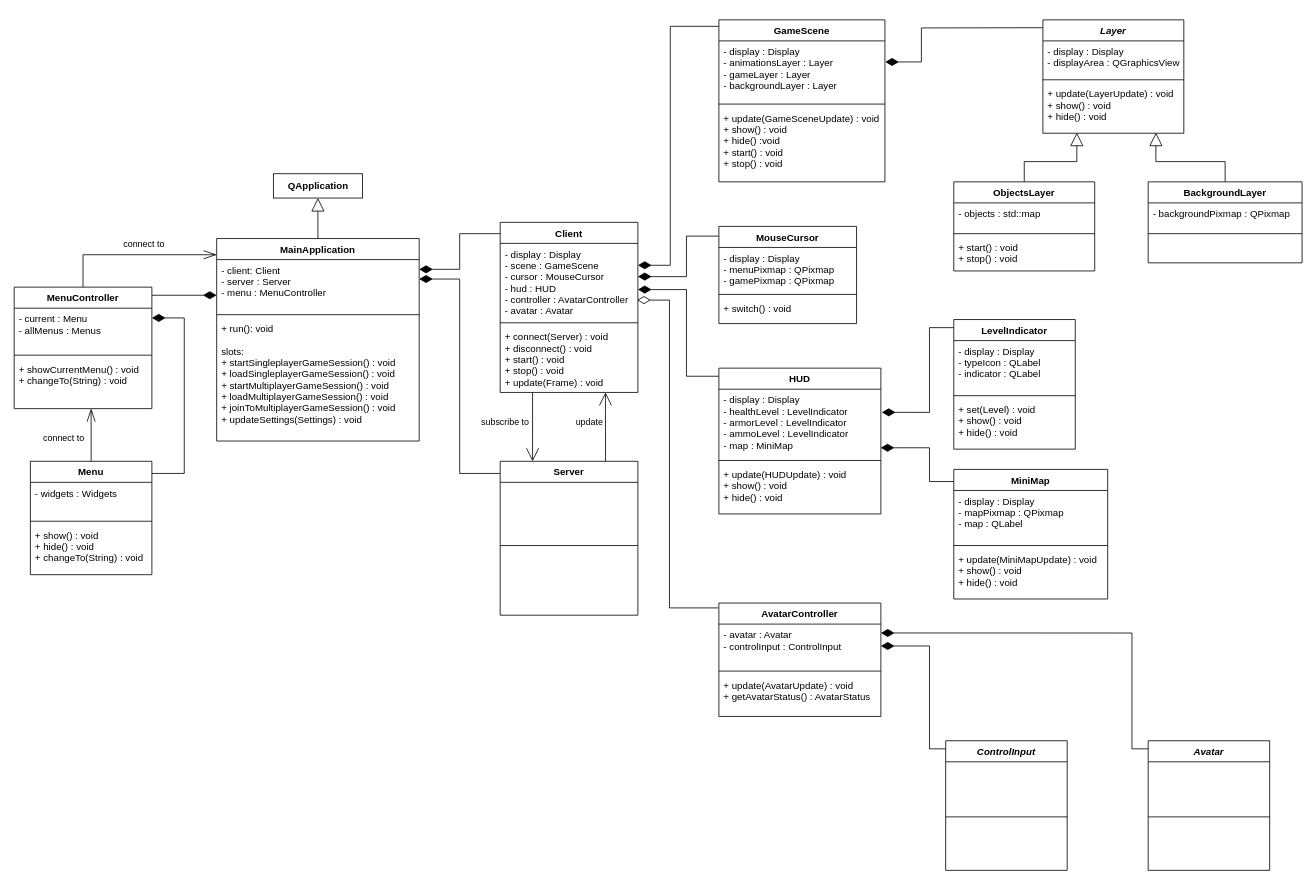
Before: doc/class_diagram.drawio in TadekBiela/heisttown, a draw.io diagram. Source tidied: cells renumbered, new cells numbered last; positions are measured from the earlier drawing's top-left corner, leaving out a move shared by most shapes. Both pictures are drawn from the tidied source at 81%, with x=0, y=0 at pixel (14, 19).
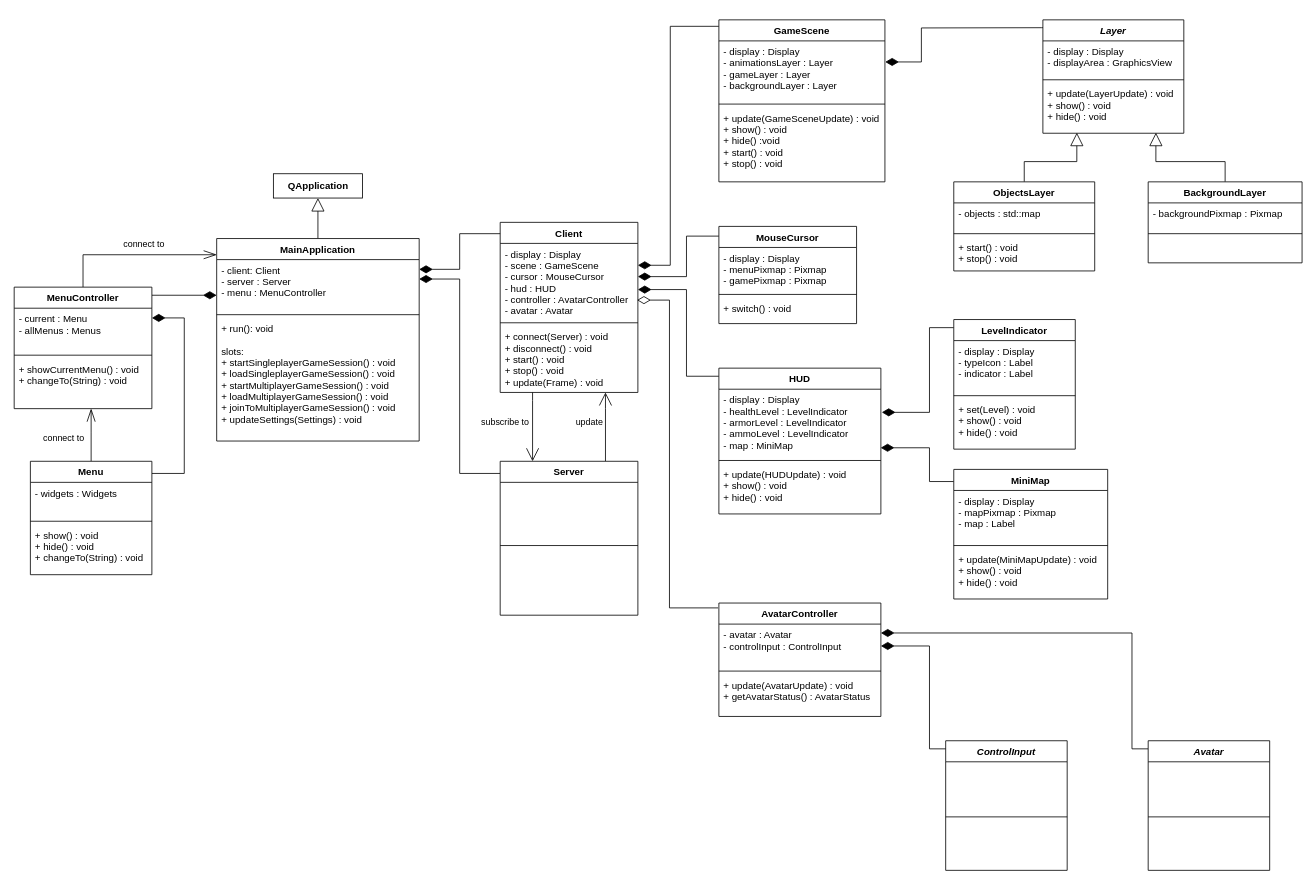
After the change.

Commit message:
Repleaced all QT widgets usage to custom

Unchanged cells that the change refers to:
```xml
<mxCell id="51" value="MouseCursor" style="swimlane;fontStyle=1;align=center;verticalAlign=top;horizontal=1;startSize=26;" parent="1" vertex="1">
  <mxGeometry x="870" y="255" width="170" height="120" as="geometry" />
</mxCell>
<mxCell id="56" value="LevelIndicator" style="swimlane;fontStyle=1;align=center;verticalAlign=top;horizontal=1;startSize=26;" parent="1" vertex="1">
  <mxGeometry x="1160" y="370" width="150" height="160" as="geometry" />
</mxCell>
<mxCell id="61" value="MiniMap" style="swimlane;fontStyle=1;align=center;verticalAlign=top;horizontal=1;startSize=26;" parent="1" vertex="1">
  <mxGeometry x="1160" y="555" width="190" height="160" as="geometry" />
</mxCell>
<mxCell id="66" value="Layer" style="swimlane;fontStyle=3;align=center;verticalAlign=top;horizontal=1;startSize=26;" parent="1" vertex="1">
  <mxGeometry x="1270" width="174" height="140" as="geometry" />
</mxCell>
<mxCell id="76" value="BackgroundLayer" style="swimlane;fontStyle=1;align=center;verticalAlign=top;horizontal=1;startSize=26;" parent="1" vertex="1">
  <mxGeometry x="1400" y="200" width="190" height="100" as="geometry" />
</mxCell>
```

Change to the diagram source:
```diff
@@
-    <mxCell id="52" value="- display : Display&#10;- menuPixmap : QPixmap&#10;- gamePixmap : QPixmap" style="text;strokeColor=none;fillColor=none;align=left;verticalAlign=top;spacingLeft=4;spacingRight=4;overflow=hidden;" parent="51" vertex="1">
+    <mxCell id="52" value="- display : Display&#10;- menuPixmap : Pixmap&#10;- gamePixmap : Pixmap" style="text;strokeColor=none;fillColor=none;align=left;verticalAlign=top;spacingLeft=4;spacingRight=4;overflow=hidden;" parent="51" vertex="1">
       <mxGeometry y="26" width="170" height="54" as="geometry" />
     </mxCell>
@@
-    <mxCell id="57" value="- display : Display&#10;- typeIcon : QLabel&#10;- indicator : QLabel" style="text;strokeColor=none;fillColor=none;align=left;verticalAlign=top;spacingLeft=4;spacingRight=4;overflow=hidden;" parent="56" vertex="1">
+    <mxCell id="57" value="- display : Display&#10;- typeIcon : Label&#10;- indicator : Label" style="text;strokeColor=none;fillColor=none;align=left;verticalAlign=top;spacingLeft=4;spacingRight=4;overflow=hidden;" parent="56" vertex="1">
       <mxGeometry y="26" width="150" height="64" as="geometry" />
     </mxCell>
@@
-    <mxCell id="62" value="- display : Display&#10;- mapPixmap : QPixmap&#10;- map : QLabel" style="text;strokeColor=none;fillColor=none;align=left;verticalAlign=top;spacingLeft=4;spacingRight=4;overflow=hidden;" parent="61" vertex="1">
+    <mxCell id="62" value="- display : Display&#10;- mapPixmap : Pixmap&#10;- map : Label" style="text;strokeColor=none;fillColor=none;align=left;verticalAlign=top;spacingLeft=4;spacingRight=4;overflow=hidden;" parent="61" vertex="1">
       <mxGeometry y="26" width="190" height="64" as="geometry" />
     </mxCell>
@@
-    <mxCell id="67" value="- display : Display&#10;- displayArea : QGraphicsView&#10;" style="text;strokeColor=none;fillColor=none;align=left;verticalAlign=top;spacingLeft=4;spacingRight=4;overflow=hidden;" parent="66" vertex="1">
+    <mxCell id="67" value="- display : Display&#10;- displayArea : GraphicsView&#10;" style="text;strokeColor=none;fillColor=none;align=left;verticalAlign=top;spacingLeft=4;spacingRight=4;overflow=hidden;" parent="66" vertex="1">
       <mxGeometry y="26" width="174" height="44" as="geometry" />
     </mxCell>
@@
-    <mxCell id="77" value="- backgroundPixmap : QPixmap" style="text;strokeColor=none;fillColor=none;align=left;verticalAlign=top;spacingLeft=4;spacingRight=4;overflow=hidden;" parent="76" vertex="1">
+    <mxCell id="77" value="- backgroundPixmap : Pixmap" style="text;strokeColor=none;fillColor=none;align=left;verticalAlign=top;spacingLeft=4;spacingRight=4;overflow=hidden;" parent="76" vertex="1">
       <mxGeometry y="26" width="190" height="34" as="geometry" />
     </mxCell>
```
